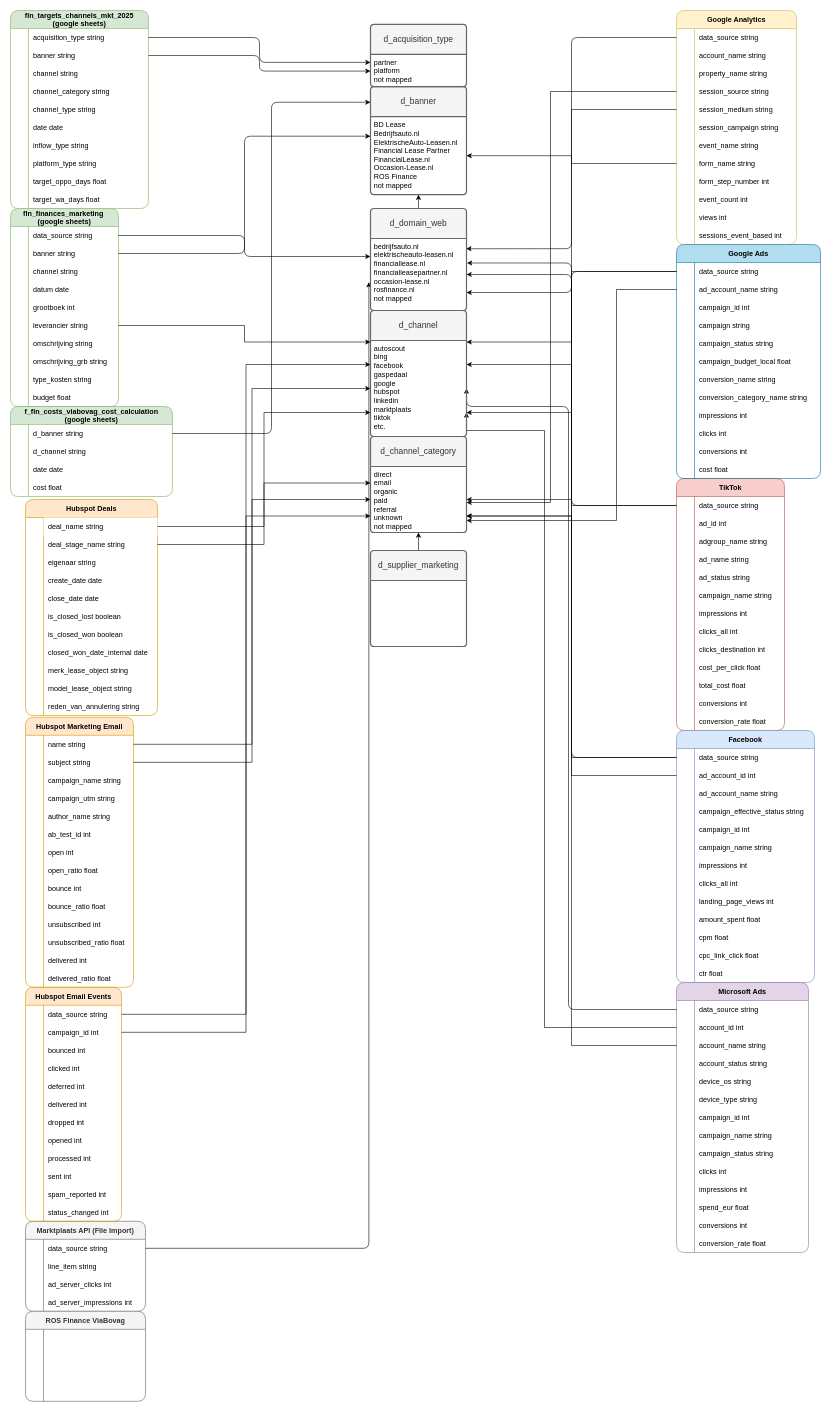
The draw.io diagram funnel_mapping.drawio in YveTDS/Draw_io, before the edit. Source tidied: cells renumbered, new cells numbered last; positions are measured from the earlier drawing's top-left corner, leaving out a move shared by most shapes. Both pictures are drawn from the tidied source at 60%, with x=0, y=0 at pixel (10, 10).
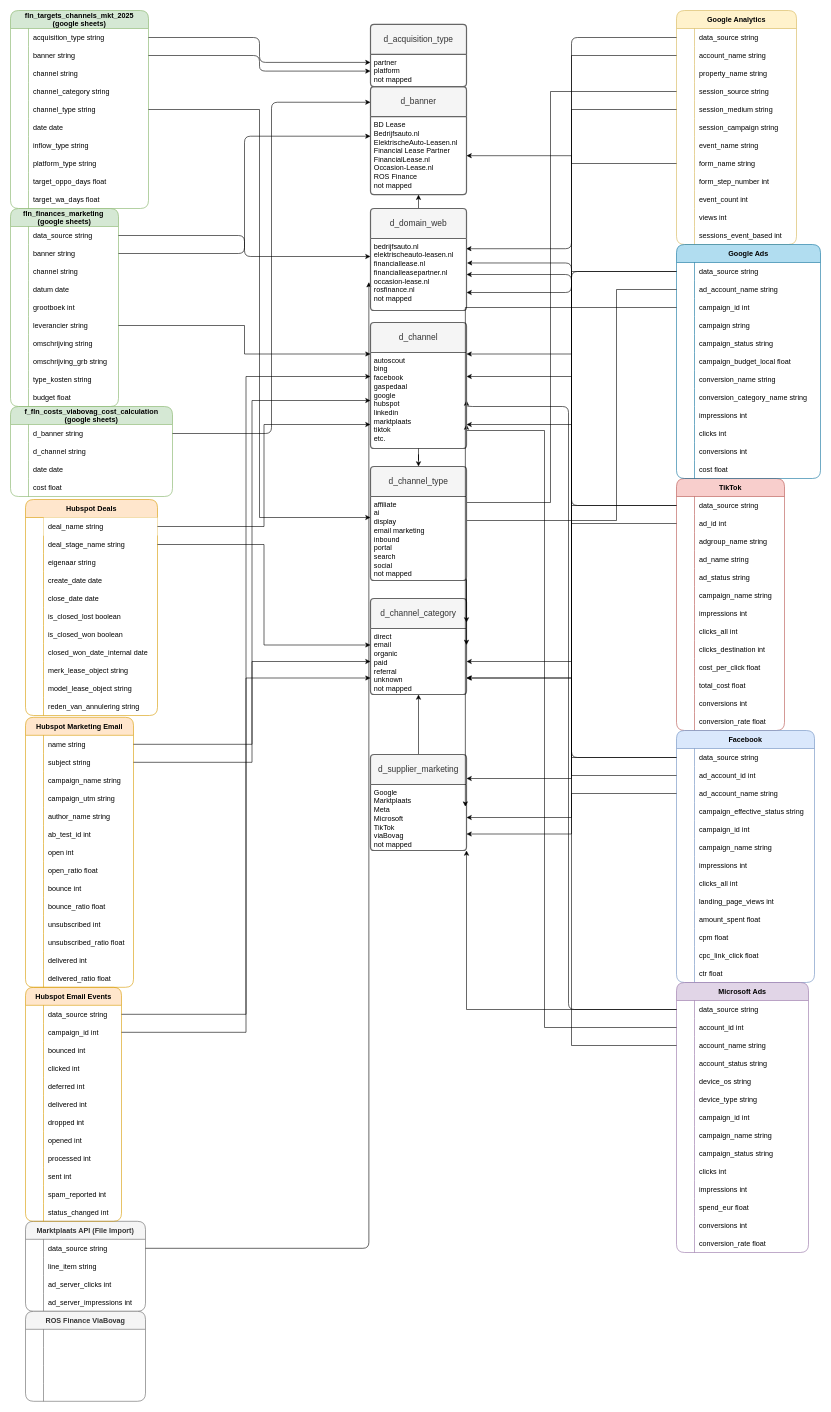
Above is the later version.

Unchanged cells that the change refers to:
```xml
<mxCell id="59" style="shape=tableRow;horizontal=0;startSize=0;swimlaneHead=0;swimlaneBody=0;fillColor=none;points=[[0,0.5],[1,0.5]];portConstraint=eastwest;strokeColor=inherit;top=0;left=0;right=0;bottom=0;rounded=1;" parent="46" vertex="1">
  <mxGeometry y="150" width="230" height="30" as="geometry" />
</mxCell>
<mxCell id="86" style="shape=tableRow;horizontal=0;startSize=0;swimlaneHead=0;swimlaneBody=0;fillColor=none;points=[[0,0.5],[1,0.5]];portConstraint=eastwest;strokeColor=inherit;top=0;left=0;right=0;bottom=0;rounded=1;" parent="82" vertex="1">
  <mxGeometry y="60" width="200" height="30" as="geometry" />
</mxCell>
<mxCell id="92" style="shape=tableRow;horizontal=0;startSize=0;swimlaneHead=0;swimlaneBody=0;fillColor=none;points=[[0,0.5],[1,0.5]];portConstraint=eastwest;strokeColor=inherit;top=0;left=0;right=0;bottom=0;rounded=1;" parent="82" vertex="1">
  <mxGeometry y="120" width="200" height="30" as="geometry" />
</mxCell>
<mxCell id="126" style="shape=tableRow;horizontal=0;startSize=0;swimlaneHead=0;swimlaneBody=0;fillColor=none;points=[[0,0.5],[1,0.5]];portConstraint=eastwest;strokeColor=inherit;top=0;left=0;right=0;bottom=0;rounded=1;" parent="122" vertex="1">
  <mxGeometry y="60" width="180" height="30" as="geometry" />
</mxCell>
<mxCell id="170" style="shape=tableRow;horizontal=0;startSize=0;swimlaneHead=0;swimlaneBody=0;fillColor=none;points=[[0,0.5],[1,0.5]];portConstraint=eastwest;strokeColor=inherit;top=0;left=0;right=0;bottom=0;rounded=1;" parent="163" vertex="1">
  <mxGeometry y="90" width="230" height="30" as="geometry" />
</mxCell>
<mxCell id="208" style="shape=tableRow;horizontal=0;startSize=0;swimlaneHead=0;swimlaneBody=0;fillColor=none;points=[[0,0.5],[1,0.5]];portConstraint=eastwest;strokeColor=inherit;top=0;left=0;right=0;bottom=0;rounded=1;" parent="204" vertex="1">
  <mxGeometry y="60" width="240" height="30" as="geometry" />
</mxCell>
<mxCell id="211" style="shape=tableRow;horizontal=0;startSize=0;swimlaneHead=0;swimlaneBody=0;fillColor=none;points=[[0,0.5],[1,0.5]];portConstraint=eastwest;strokeColor=inherit;top=0;left=0;right=0;bottom=0;rounded=1;" parent="204" vertex="1">
  <mxGeometry y="90" width="240" height="30" as="geometry" />
</mxCell>
<mxCell id="243" style="shape=tableRow;horizontal=0;startSize=0;swimlaneHead=0;swimlaneBody=0;fillColor=none;points=[[0,0.5],[1,0.5]];portConstraint=eastwest;strokeColor=inherit;top=0;left=0;right=0;bottom=0;rounded=1;" parent="242" vertex="1">
  <mxGeometry y="30" width="220" height="30" as="geometry" />
</mxCell>
<mxCell id="442" value="autoscout&lt;div&gt;bing&lt;/div&gt;&lt;div&gt;facebook&lt;/div&gt;&lt;div&gt;gaspedaal&lt;/div&gt;&lt;div&gt;google&lt;/div&gt;&lt;div&gt;hubspot&lt;/div&gt;&lt;div&gt;linkedin&lt;/div&gt;&lt;div&gt;marktplaats&lt;/div&gt;&lt;div&gt;tiktok&lt;/div&gt;&lt;div&gt;etc.&lt;/div&gt;" style="align=left;strokeColor=none;fillColor=none;spacingLeft=4;spacingRight=4;fontSize=12;verticalAlign=top;html=1;whiteSpace=wrap;rounded=1;" parent="441" vertex="1">
  <mxGeometry y="50" width="160" height="160" as="geometry" />
</mxCell>
<mxCell id="446" value="direct&lt;div&gt;email&lt;/div&gt;&lt;div&gt;organic&lt;/div&gt;&lt;div&gt;paid&lt;/div&gt;&lt;div&gt;referral&lt;/div&gt;&lt;div&gt;unknown&lt;/div&gt;&lt;div&gt;not mapped&lt;/div&gt;&lt;div&gt;&lt;br&gt;&lt;/div&gt;" style="align=left;strokeColor=none;fillColor=none;spacingLeft=4;spacingRight=4;fontSize=12;verticalAlign=top;html=1;whiteSpace=wrap;rounded=1;" parent="445" vertex="1">
  <mxGeometry y="50" width="160" height="110" as="geometry" />
</mxCell>
```

The edit, as a diff of the source:
```diff
@@
     <mxCell id="441" value="d_channel" style="swimlane;horizontal=1;startSize=50;rounded=1;fontSize=14;fontStyle=0;strokeWidth=2;shadow=0;dashed=0;align=center;arcSize=4;whiteSpace=wrap;html=1;fillColor=#f5f5f5;fontColor=#333333;strokeColor=#666666;" parent="1" vertex="1">
-      <mxGeometry x="600" y="500" width="160" height="210" as="geometry" />
+      <mxGeometry x="600" y="520" width="160" height="210" as="geometry" />
     </mxCell>
@@
     <mxCell id="445" value="d_channel_category" style="swimlane;horizontal=1;startSize=50;rounded=1;fontSize=14;fontStyle=0;strokeWidth=2;shadow=0;dashed=0;align=center;arcSize=4;whiteSpace=wrap;html=1;fillColor=#f5f5f5;fontColor=#333333;strokeColor=#666666;" parent="1" vertex="1">
-      <mxGeometry x="600" y="710" width="160" height="160" as="geometry" />
+      <mxGeometry x="600" y="980" width="160" height="160" as="geometry" />
     </mxCell>
@@
-    <mxCell id="448" style="edgeStyle=orthogonalEdgeStyle;rounded=0;jettySize=auto;html=1;exitX=0;exitY=0.5;exitDx=0;exitDy=0;" parent="1" edge="1" source="92" target="445">
+    <mxCell id="448" style="edgeStyle=orthogonalEdgeStyle;rounded=0;jettySize=auto;html=1;exitX=0;exitY=0.5;exitDx=0;exitDy=0;entryX=1;entryY=0.25;entryDx=0;entryDy=0;" parent="1" edge="1" source="92" target="445">
       <mxGeometry relative="1" as="geometry">
         <Array as="points">
           <mxPoint x="900" y="135" />
           <mxPoint x="900" y="820" />
         </Array>
       </mxGeometry>
     </mxCell>
@@
-    <mxCell id="450" style="edgeStyle=orthogonalEdgeStyle;rounded=0;jettySize=auto;html=1;exitX=0;exitY=0.5;exitDx=0;exitDy=0;" parent="1" edge="1" source="208">
+    <mxCell id="450" style="edgeStyle=orthogonalEdgeStyle;rounded=0;jettySize=auto;html=1;exitX=0;exitY=0.5;exitDx=0;exitDy=0;entryX=1;entryY=0.25;entryDx=0;entryDy=0;" parent="1" edge="1" source="208" target="446">
       <mxGeometry relative="1" as="geometry">
-        <mxPoint x="760" y="850" as="targetPoint" />
         <Array as="points">
           <mxPoint x="1010" y="465" />
           <mxPoint x="1010" y="850" />
+          <mxPoint x="760" y="850" />
         </Array>
       </mxGeometry>
     </mxCell>
@@
     <mxCell id="457" value="d_supplier_marketing" style="swimlane;horizontal=1;startSize=50;rounded=1;fontSize=14;fontStyle=0;strokeWidth=2;shadow=0;dashed=0;align=center;arcSize=4;whiteSpace=wrap;html=1;fillColor=#f5f5f5;fontColor=#333333;strokeColor=#666666;" parent="1" vertex="1">
-      <mxGeometry x="600" y="900" width="160" height="160" as="geometry" />
+      <mxGeometry x="600" y="1240" width="160" height="160" as="geometry" />
     </mxCell>
-    <mxCell id="458" value="&lt;div&gt;&lt;br&gt;&lt;/div&gt;" style="align=left;strokeColor=none;fillColor=none;spacingLeft=4;spacingRight=4;fontSize=12;verticalAlign=top;html=1;whiteSpace=wrap;rounded=1;" parent="457" vertex="1">
+    <mxCell id="458" value="&lt;div&gt;Google&lt;/div&gt;&lt;div&gt;Marktplaats&lt;/div&gt;&lt;div&gt;Meta&lt;/div&gt;&lt;div&gt;Microsoft&lt;/div&gt;&lt;div&gt;TikTok&lt;/div&gt;&lt;div&gt;viaBovag&lt;/div&gt;&lt;div&gt;not mapped&lt;/div&gt;" style="align=left;strokeColor=none;fillColor=none;spacingLeft=4;spacingRight=4;fontSize=12;verticalAlign=top;html=1;whiteSpace=wrap;rounded=1;" parent="457" vertex="1">
       <mxGeometry y="50" width="160" height="110" as="geometry" />
     </mxCell>
@@
+    <mxCell id="460" value="d_channel_type" style="swimlane;horizontal=1;startSize=50;rounded=1;fontSize=14;fontStyle=0;strokeWidth=2;shadow=0;dashed=0;align=center;arcSize=4;whiteSpace=wrap;html=1;fillColor=#f5f5f5;fontColor=#333333;strokeColor=#666666;" parent="1" vertex="1">
+      <mxGeometry x="600" y="760" width="160" height="190" as="geometry" />
+    </mxCell>
+    <mxCell id="461" value="&lt;div&gt;affiliate&lt;/div&gt;&lt;div&gt;ai&lt;/div&gt;&lt;div&gt;display&lt;/div&gt;&lt;div&gt;email marketing&lt;/div&gt;&lt;div&gt;inbound&lt;/div&gt;&lt;div&gt;portal&lt;/div&gt;&lt;div&gt;search&lt;/div&gt;&lt;div&gt;social&lt;/div&gt;&lt;div&gt;not mapped&lt;/div&gt;" style="align=left;strokeColor=none;fillColor=none;spacingLeft=4;spacingRight=4;fontSize=12;verticalAlign=top;html=1;whiteSpace=wrap;rounded=1;" parent="460" vertex="1">
+      <mxGeometry y="50" width="160" height="140" as="geometry" />
+    </mxCell>
+    <mxCell id="462" style="edgeStyle=orthogonalEdgeStyle;rounded=1;orthogonalLoop=1;jettySize=auto;html=1;exitX=0.5;exitY=1;exitDx=0;exitDy=0;" parent="460" edge="1" source="461" target="461">
+      <mxGeometry relative="1" as="geometry" />
+    </mxCell>
+    <mxCell id="463" style="edgeStyle=orthogonalEdgeStyle;rounded=0;jettySize=auto;html=1;exitX=1;exitY=0.5;exitDx=0;exitDy=0;entryX=0;entryY=0.25;entryDx=0;entryDy=0;" parent="1" edge="1" source="59" target="461">
+      <mxGeometry relative="1" as="geometry" />
+    </mxCell>
+    <mxCell id="464" style="edgeStyle=orthogonalEdgeStyle;rounded=0;jettySize=auto;html=1;exitX=0.5;exitY=1;exitDx=0;exitDy=0;" parent="1" edge="1" source="442" target="460">
+      <mxGeometry relative="1" as="geometry" />
+    </mxCell>
+    <mxCell id="465" style="edgeStyle=orthogonalEdgeStyle;rounded=0;jettySize=auto;html=1;exitX=0;exitY=0.5;exitDx=0;exitDy=0;entryX=1;entryY=1;entryDx=0;entryDy=0;" parent="1" edge="1" source="243" target="457">
+      <mxGeometry relative="1" as="geometry" />
+    </mxCell>
+    <mxCell id="466" style="edgeStyle=orthogonalEdgeStyle;rounded=0;jettySize=auto;html=1;entryX=1;entryY=0.75;entryDx=0;entryDy=0;" parent="1" edge="1" source="170" target="458">
+      <mxGeometry relative="1" as="geometry" />
+    </mxCell>
+    <mxCell id="467" style="edgeStyle=orthogonalEdgeStyle;rounded=0;jettySize=auto;html=1;exitX=0;exitY=0.5;exitDx=0;exitDy=0;entryX=1;entryY=0.5;entryDx=0;entryDy=0;" parent="1" edge="1" source="126" target="458">
+      <mxGeometry relative="1" as="geometry" />
+    </mxCell>
+    <mxCell id="468" style="edgeStyle=orthogonalEdgeStyle;rounded=0;jettySize=auto;html=1;exitX=0;exitY=0.5;exitDx=0;exitDy=0;entryX=0.988;entryY=0.336;entryDx=0;entryDy=0;entryPerimeter=0;" parent="1" edge="1" source="211" target="458">
+      <mxGeometry relative="1" as="geometry" />
+    </mxCell>
+    <mxCell id="469" style="edgeStyle=orthogonalEdgeStyle;rounded=0;jettySize=auto;html=1;exitX=0;exitY=0.5;exitDx=0;exitDy=0;entryX=1;entryY=0.25;entryDx=0;entryDy=0;" parent="1" edge="1" source="86" target="457">
+      <mxGeometry relative="1" as="geometry" />
+    </mxCell>
```
